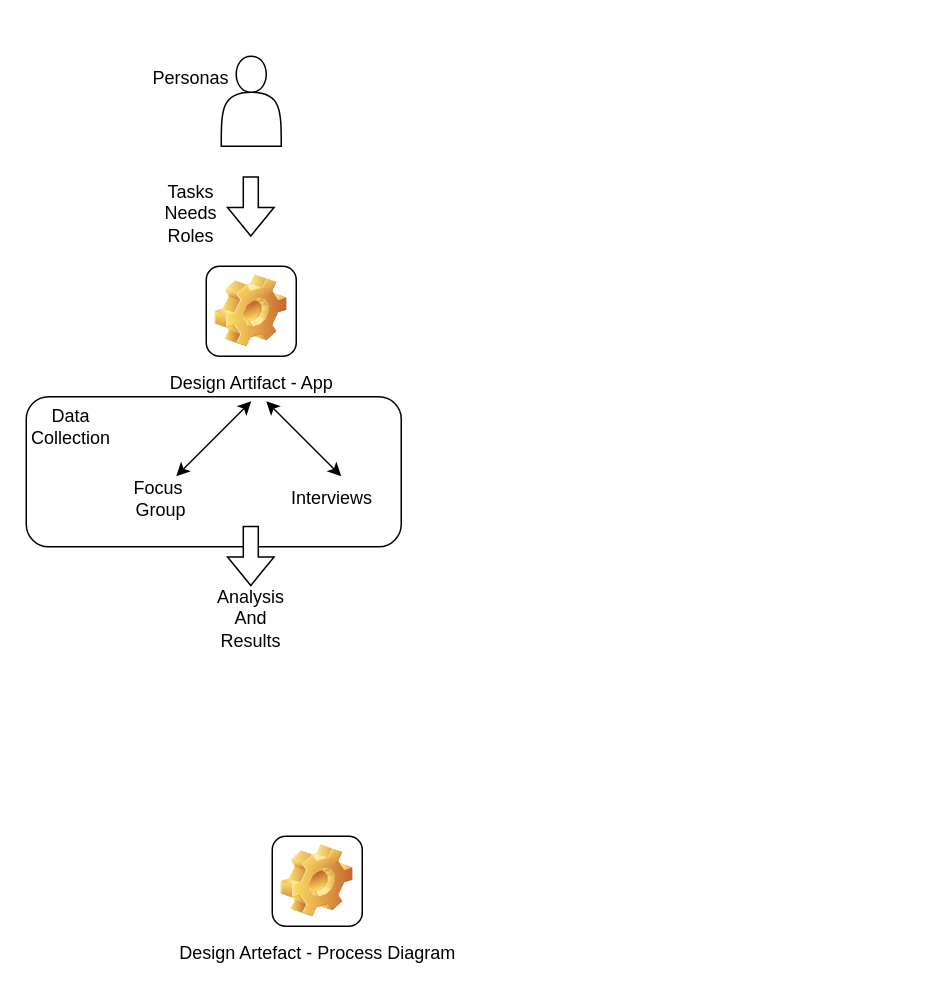
Earlier version of the draw.io diagram methods_wp01.drawio (arlav/ScottishBuildingStandardsWP0102). Source tidied: cells renumbered, new cells numbered last; positions are measured from the earlier drawing's top-left corner, leaving out a move shared by most shapes. Both pictures are drawn from the tidied source at 150%, with x=0, y=0 at pixel (26, 56).
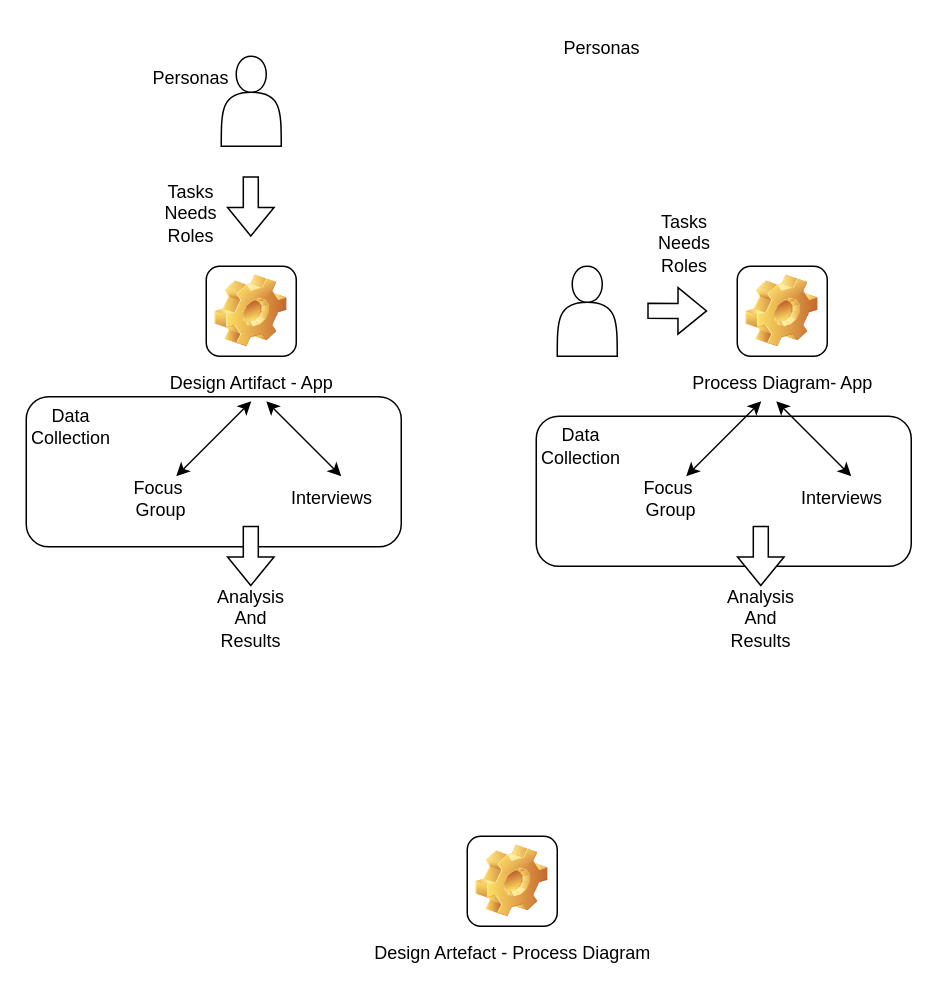
After the change.

Diff of the diagram source:
```diff
@@
     <mxCell id="4" value="Design Artefact - Process Diagram" style="icon;html=1;image=img/clipart/Gear_128x128.png;" parent="1" vertex="1">
-      <mxGeometry x="164" y="520" width="60" height="60" as="geometry" />
+      <mxGeometry x="294" y="520" width="60" height="60" as="geometry" />
     </mxCell>
@@
+    <mxCell id="16" style="rounded=1;whiteSpace=wrap;html=1;" parent="1" vertex="1">
+      <mxGeometry x="340" y="240" width="250" height="100" as="geometry" />
+    </mxCell>
+    <mxCell id="17" value="Process Diagram- App" style="icon;html=1;image=img/clipart/Gear_128x128.png;" parent="1" vertex="1">
+      <mxGeometry x="474" y="140" width="60" height="60" as="geometry" />
+    </mxCell>
+    <mxCell id="18" style="shape=actor;whiteSpace=wrap;html=1;" parent="1" vertex="1">
+      <mxGeometry x="354" y="140" width="40" height="60" as="geometry" />
+    </mxCell>
+    <mxCell id="19" value="Personas" style="text;html=1;strokeColor=none;fillColor=none;align=center;verticalAlign=middle;whiteSpace=wrap;rounded=0;" parent="1" vertex="1">
+      <mxGeometry x="354" y="-20" width="60" height="30" as="geometry" />
+    </mxCell>
+    <mxCell id="20" style="shape=flexArrow;endArrow=classic;html=1;rounded=0;" parent="1" edge="1">
+      <mxGeometry relative="1" as="geometry">
+        <mxPoint x="414" y="169.7" as="sourcePoint" />
+        <mxPoint x="454" y="169.8" as="targetPoint" />
+      </mxGeometry>
+    </mxCell>
+    <mxCell id="21" value="Tasks&lt;br&gt;Needs&lt;br&gt;Roles" style="text;html=1;strokeColor=none;fillColor=none;align=center;verticalAlign=middle;whiteSpace=wrap;rounded=0;" parent="1" vertex="1">
+      <mxGeometry x="409" y="110" width="60" height="30" as="geometry" />
+    </mxCell>
+    <mxCell id="22" style="endArrow=classic;startArrow=classic;html=1;rounded=0;" parent="1" edge="1">
+      <mxGeometry relative="1" as="geometry">
+        <mxPoint x="440" y="280" as="sourcePoint" />
+        <mxPoint x="490" y="230" as="targetPoint" />
+      </mxGeometry>
+    </mxCell>
+    <mxCell id="23" value="Focus&amp;nbsp;&lt;br&gt;Group" style="text;html=1;strokeColor=none;fillColor=none;align=center;verticalAlign=middle;whiteSpace=wrap;rounded=0;" parent="1" vertex="1">
+      <mxGeometry x="400" y="280" width="60" height="30" as="geometry" />
+    </mxCell>
+    <mxCell id="24" style="endArrow=classic;startArrow=classic;html=1;rounded=0;" parent="1" edge="1">
+      <mxGeometry relative="1" as="geometry">
+        <mxPoint x="550" y="280" as="sourcePoint" />
+        <mxPoint x="500" y="230" as="targetPoint" />
+      </mxGeometry>
+    </mxCell>
+    <mxCell id="25" value="Interviews" style="text;html=1;strokeColor=none;fillColor=none;align=center;verticalAlign=middle;whiteSpace=wrap;rounded=0;" parent="1" vertex="1">
+      <mxGeometry x="514" y="275" width="60" height="40" as="geometry" />
+    </mxCell>
+    <mxCell id="26" value="Data Collection" style="text;html=1;strokeColor=none;fillColor=none;align=center;verticalAlign=middle;whiteSpace=wrap;rounded=0;" parent="1" vertex="1">
+      <mxGeometry x="340" y="240" width="60" height="40" as="geometry" />
+    </mxCell>
+    <mxCell id="27" style="shape=flexArrow;endArrow=classic;html=1;rounded=0;fillColor=default;" parent="1" edge="1">
+      <mxGeometry relative="1" as="geometry">
+        <mxPoint x="489.7" y="313" as="sourcePoint" />
+        <mxPoint x="489.7" y="353.3" as="targetPoint" />
+      </mxGeometry>
+    </mxCell>
+    <mxCell id="28" value="Analysis And Results" style="text;html=1;strokeColor=none;fillColor=none;align=center;verticalAlign=middle;whiteSpace=wrap;rounded=0;" parent="1" vertex="1">
+      <mxGeometry x="460" y="360" width="60" height="30" as="geometry" />
+    </mxCell>
```
